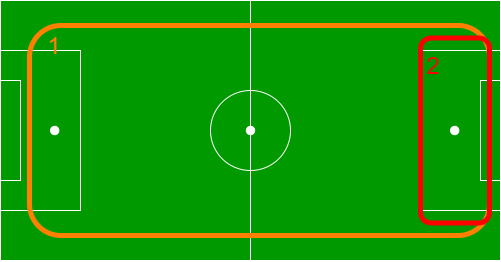
Before: doc/img/schemaPonderationDef.png, a diagram exported from draw.io (DavidPlnmr/football-prediction). Source tidied: cells renumbered, new cells last; positions are measured from the earlier drawing's top-left corner, leaving out a move shared by most shapes. Its diagram source:
```xml
<mxGraphModel>
  <root>
    <mxCell id="0" />
    <mxCell id="1" parent="0" />
    <mxCell id="2" style="whiteSpace=wrap;html=1;fillColor=#009900;strokeColor=#FFFFFF;" parent="1" vertex="1">
      <mxGeometry width="500" height="260" as="geometry" />
    </mxCell>
    <mxCell id="3" style="whiteSpace=wrap;html=1;fillColor=#009900;strokeColor=#FFFFFF;" parent="1" vertex="1">
      <mxGeometry x="420" y="50" width="80" height="160" as="geometry" />
    </mxCell>
    <mxCell id="4" style="whiteSpace=wrap;html=1;fillColor=#009900;strokeColor=#FFFFFF;" parent="1" vertex="1">
      <mxGeometry y="50" width="80" height="160" as="geometry" />
    </mxCell>
    <mxCell id="5" style="endArrow=none;html=1;exitX=0.5;exitY=0;exitDx=0;exitDy=0;entryX=0.5;entryY=1;entryDx=0;entryDy=0;startArrow=none;strokeColor=#FFFFFF;" parent="1" edge="1" source="6" target="2">
      <mxGeometry relative="1" as="geometry" />
    </mxCell>
    <mxCell id="6" style="ellipse;whiteSpace=wrap;html=1;fillColor=#009900;strokeColor=#FFFFFF;" parent="1" vertex="1">
      <mxGeometry x="210" y="90" width="80" height="80" as="geometry" />
    </mxCell>
    <mxCell id="7" style="endArrow=none;html=1;exitX=0.5;exitY=0;exitDx=0;exitDy=0;entryX=0.5;entryY=1;entryDx=0;entryDy=0;strokeColor=#FFFFFF;startArrow=none;" parent="1" edge="1" source="12" target="6">
      <mxGeometry relative="1" as="geometry" />
    </mxCell>
    <mxCell id="8" style="whiteSpace=wrap;html=1;fillColor=#009900;strokeColor=#FFFFFF;" parent="1" vertex="1">
      <mxGeometry x="480" y="80" width="20" height="100" as="geometry" />
    </mxCell>
    <mxCell id="9" style="whiteSpace=wrap;html=1;fillColor=#009900;strokeColor=#FFFFFF;" parent="1" vertex="1">
      <mxGeometry y="80" width="20" height="100" as="geometry" />
    </mxCell>
    <mxCell id="10" style="ellipse;whiteSpace=wrap;html=1;strokeColor=#FFFFFF;fillColor=#FFFFFF;" parent="1" vertex="1">
      <mxGeometry x="450" y="125.8" width="8.4" height="8.4" as="geometry" />
    </mxCell>
    <mxCell id="11" style="ellipse;whiteSpace=wrap;html=1;strokeColor=#FFFFFF;fillColor=#FFFFFF;" parent="1" vertex="1">
      <mxGeometry x="50" y="125.8" width="8.4" height="8.4" as="geometry" />
    </mxCell>
    <mxCell id="12" style="ellipse;whiteSpace=wrap;html=1;strokeColor=#FFFFFF;fillColor=#FFFFFF;" parent="1" vertex="1">
      <mxGeometry x="245.8" y="125.8" width="8.4" height="8.4" as="geometry" />
    </mxCell>
    <mxCell id="13" style="endArrow=none;html=1;exitX=0.5;exitY=0;exitDx=0;exitDy=0;entryX=0.5;entryY=1;entryDx=0;entryDy=0;strokeColor=#FFFFFF;" parent="1" edge="1" source="2" target="12">
      <mxGeometry relative="1" as="geometry" />
    </mxCell>
    <mxCell id="14" style="rounded=1;whiteSpace=wrap;html=1;strokeWidth=5;fillColor=none;fontColor=#FF8000;strokeColor=#FF8000;" parent="1" vertex="1">
      <mxGeometry x="29" y="25" width="460" height="210" as="geometry" />
    </mxCell>
    <mxCell id="15" value="1&lt;font style=&quot;font-size: 24px;&quot;&gt;&lt;br style=&quot;font-size: 24px;&quot;&gt;&lt;/font&gt;" style="text;html=1;strokeColor=none;fillColor=none;align=center;verticalAlign=middle;whiteSpace=wrap;rounded=0;fontSize=24;labelBorderColor=none;fontColor=#FF8000;" parent="1" vertex="1">
      <mxGeometry x="28.4" y="30" width="51.6" height="30" as="geometry" />
    </mxCell>
    <mxCell id="16" style="rounded=1;whiteSpace=wrap;html=1;strokeWidth=5;fillColor=none;strokeColor=#FF0000;" parent="1" vertex="1">
      <mxGeometry x="420" y="37.5" width="69" height="185" as="geometry" />
    </mxCell>
    <mxCell id="17" value="&lt;font style=&quot;font-size: 24px&quot;&gt;2&lt;br style=&quot;font-size: 24px&quot;&gt;&lt;/font&gt;" style="text;html=1;strokeColor=none;fillColor=none;align=center;verticalAlign=middle;whiteSpace=wrap;rounded=0;fontSize=24;labelBorderColor=none;fontColor=#FF0000;" parent="1" vertex="1">
      <mxGeometry x="406.7" y="50" width="51.6" height="30" as="geometry" />
    </mxCell>
  </root>
</mxGraphModel>
```
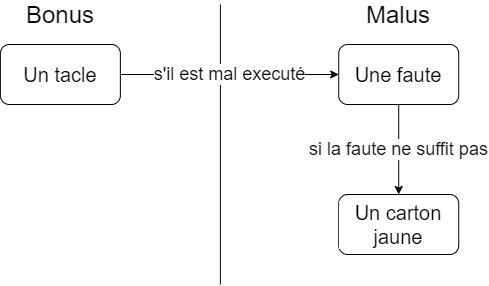
The same file after the commit.

What changed in the source:
```diff
@@ -2,53 +2,32 @@
   <root>
     <mxCell id="0" />
     <mxCell id="1" parent="0" />
-    <mxCell id="2" style="whiteSpace=wrap;html=1;fillColor=#009900;strokeColor=#FFFFFF;" parent="1" vertex="1">
-      <mxGeometry width="500" height="260" as="geometry" />
+    <mxCell id="2" value="&lt;font color=&quot;#000000&quot;&gt;Bonus&lt;/font&gt;" style="text;html=1;strokeColor=none;fillColor=none;align=center;verticalAlign=middle;whiteSpace=wrap;rounded=0;fontSize=24;fontColor=#FF0000;" parent="1" vertex="1">
+      <mxGeometry x="-24.1" y="-330" width="40" height="20" as="geometry" />
     </mxCell>
-    <mxCell id="3" style="whiteSpace=wrap;html=1;fillColor=#009900;strokeColor=#FFFFFF;" parent="1" vertex="1">
-      <mxGeometry x="420" y="50" width="80" height="160" as="geometry" />
+    <mxCell id="3" value="&lt;font color=&quot;#000000&quot;&gt;Malus&lt;/font&gt;" style="text;html=1;strokeColor=none;fillColor=none;align=center;verticalAlign=middle;whiteSpace=wrap;rounded=0;fontSize=24;fontColor=#FF0000;" parent="1" vertex="1">
+      <mxGeometry x="314.2" y="-330" width="40" height="20" as="geometry" />
     </mxCell>
-    <mxCell id="4" style="whiteSpace=wrap;html=1;fillColor=#009900;strokeColor=#FFFFFF;" parent="1" vertex="1">
-      <mxGeometry y="50" width="80" height="160" as="geometry" />
+    <mxCell id="4" style="endArrow=none;html=1;fontSize=24;fontColor=#FF0000;" parent="1" edge="1">
+      <mxGeometry relative="1" as="geometry">
+        <mxPoint x="155.9" y="-50" as="sourcePoint" />
+        <mxPoint x="155.9" y="-330" as="targetPoint" />
+      </mxGeometry>
     </mxCell>
-    <mxCell id="5" style="endArrow=none;html=1;exitX=0.5;exitY=0;exitDx=0;exitDy=0;entryX=0.5;entryY=1;entryDx=0;entryDy=0;startArrow=none;strokeColor=#FFFFFF;" parent="1" edge="1" source="6" target="2">
-      <mxGeometry relative="1" as="geometry" />
+    <mxCell id="5" value="Un tacle" style="rounded=1;whiteSpace=wrap;html=1;fontSize=20;strokeWidth=1;labelBackgroundColor=#FFFFFF;" parent="1" vertex="1">
+      <mxGeometry x="-64.1" y="-290" width="120" height="60" as="geometry" />
     </mxCell>
-    <mxCell id="6" style="ellipse;whiteSpace=wrap;html=1;fillColor=#009900;strokeColor=#FFFFFF;" parent="1" vertex="1">
-      <mxGeometry x="210" y="90" width="80" height="80" as="geometry" />
+    <mxCell id="6" value="Une faute" style="rounded=1;whiteSpace=wrap;html=1;fontSize=20;strokeWidth=1;labelBackgroundColor=#FFFFFF;" parent="1" vertex="1">
+      <mxGeometry x="274.2" y="-290" width="120" height="60" as="geometry" />
     </mxCell>
-    <mxCell id="7" style="endArrow=none;html=1;exitX=0.5;exitY=0;exitDx=0;exitDy=0;entryX=0.5;entryY=1;entryDx=0;entryDy=0;strokeColor=#FFFFFF;startArrow=none;" parent="1" edge="1" source="12" target="6">
-      <mxGeometry relative="1" as="geometry" />
+    <mxCell id="7" value="Un carton jaune" style="rounded=1;whiteSpace=wrap;html=1;fontSize=20;strokeWidth=1;labelBackgroundColor=#FFFFFF;" parent="1" vertex="1">
+      <mxGeometry x="274.2" y="-140" width="120" height="60" as="geometry" />
     </mxCell>
-    <mxCell id="8" style="whiteSpace=wrap;html=1;fillColor=#009900;strokeColor=#FFFFFF;" parent="1" vertex="1">
-      <mxGeometry x="480" y="80" width="20" height="100" as="geometry" />
+    <mxCell id="8" value="&lt;font style=&quot;font-size: 18px&quot;&gt;s'il est mal executé&lt;/font&gt;" style="endArrow=classic;html=1;fontSize=18;fontColor=#000000;strokeColor=#000000;exitX=1;exitY=0.5;exitDx=0;exitDy=0;entryX=0;entryY=0.5;entryDx=0;entryDy=0;" parent="1" edge="1" source="5" target="6">
+      <mxGeometry relative="1" as="geometry" />
     </mxCell>
-    <mxCell id="9" style="whiteSpace=wrap;html=1;fillColor=#009900;strokeColor=#FFFFFF;" parent="1" vertex="1">
-      <mxGeometry y="80" width="20" height="100" as="geometry" />
+    <mxCell id="9" value="&lt;font style=&quot;font-size: 18px&quot;&gt;si la faute ne suffit pas&lt;/font&gt;" style="endArrow=classic;html=1;fontSize=18;fontColor=#000000;strokeColor=#000000;exitX=0.5;exitY=1;exitDx=0;exitDy=0;entryX=0.5;entryY=0;entryDx=0;entryDy=0;" parent="1" edge="1" source="6" target="7">
+      <mxGeometry relative="1" as="geometry" />
     </mxCell>
-    <mxCell id="10" style="ellipse;whiteSpace=wrap;html=1;strokeColor=#FFFFFF;fillColor=#FFFFFF;" parent="1" vertex="1">
-      <mxGeometry x="450" y="125.8" width="8.4" height="8.4" as="geometry" />
-    </mxCell>
-    <mxCell id="11" style="ellipse;whiteSpace=wrap;html=1;strokeColor=#FFFFFF;fillColor=#FFFFFF;" parent="1" vertex="1">
-      <mxGeometry x="50" y="125.8" width="8.4" height="8.4" as="geometry" />
-    </mxCell>
-    <mxCell id="12" style="ellipse;whiteSpace=wrap;html=1;strokeColor=#FFFFFF;fillColor=#FFFFFF;" parent="1" vertex="1">
-      <mxGeometry x="245.8" y="125.8" width="8.4" height="8.4" as="geometry" />
-    </mxCell>
-    <mxCell id="13" style="endArrow=none;html=1;exitX=0.5;exitY=0;exitDx=0;exitDy=0;entryX=0.5;entryY=1;entryDx=0;entryDy=0;strokeColor=#FFFFFF;" parent="1" edge="1" source="2" target="12">
-      <mxGeometry relative="1" as="geometry" />
-    </mxCell>
-    <mxCell id="14" style="rounded=1;whiteSpace=wrap;html=1;strokeWidth=5;fillColor=none;fontColor=#FF8000;strokeColor=#FF8000;" parent="1" vertex="1">
-      <mxGeometry x="29" y="25" width="460" height="210" as="geometry" />
-    </mxCell>
-    <mxCell id="15" value="1&lt;font style=&quot;font-size: 24px;&quot;&gt;&lt;br style=&quot;font-size: 24px;&quot;&gt;&lt;/font&gt;" style="text;html=1;strokeColor=none;fillColor=none;align=center;verticalAlign=middle;whiteSpace=wrap;rounded=0;fontSize=24;labelBorderColor=none;fontColor=#FF8000;" parent="1" vertex="1">
-      <mxGeometry x="28.4" y="30" width="51.6" height="30" as="geometry" />
-    </mxCell>
-    <mxCell id="16" style="rounded=1;whiteSpace=wrap;html=1;strokeWidth=5;fillColor=none;strokeColor=#FF0000;" parent="1" vertex="1">
-      <mxGeometry x="420" y="37.5" width="69" height="185" as="geometry" />
-    </mxCell>
-    <mxCell id="17" value="&lt;font style=&quot;font-size: 24px&quot;&gt;2&lt;br style=&quot;font-size: 24px&quot;&gt;&lt;/font&gt;" style="text;html=1;strokeColor=none;fillColor=none;align=center;verticalAlign=middle;whiteSpace=wrap;rounded=0;fontSize=24;labelBorderColor=none;fontColor=#FF0000;" parent="1" vertex="1">
-      <mxGeometry x="406.7" y="50" width="51.6" height="30" as="geometry" />
-    </mxCell>
   </root>
 </mxGraphModel>
```
